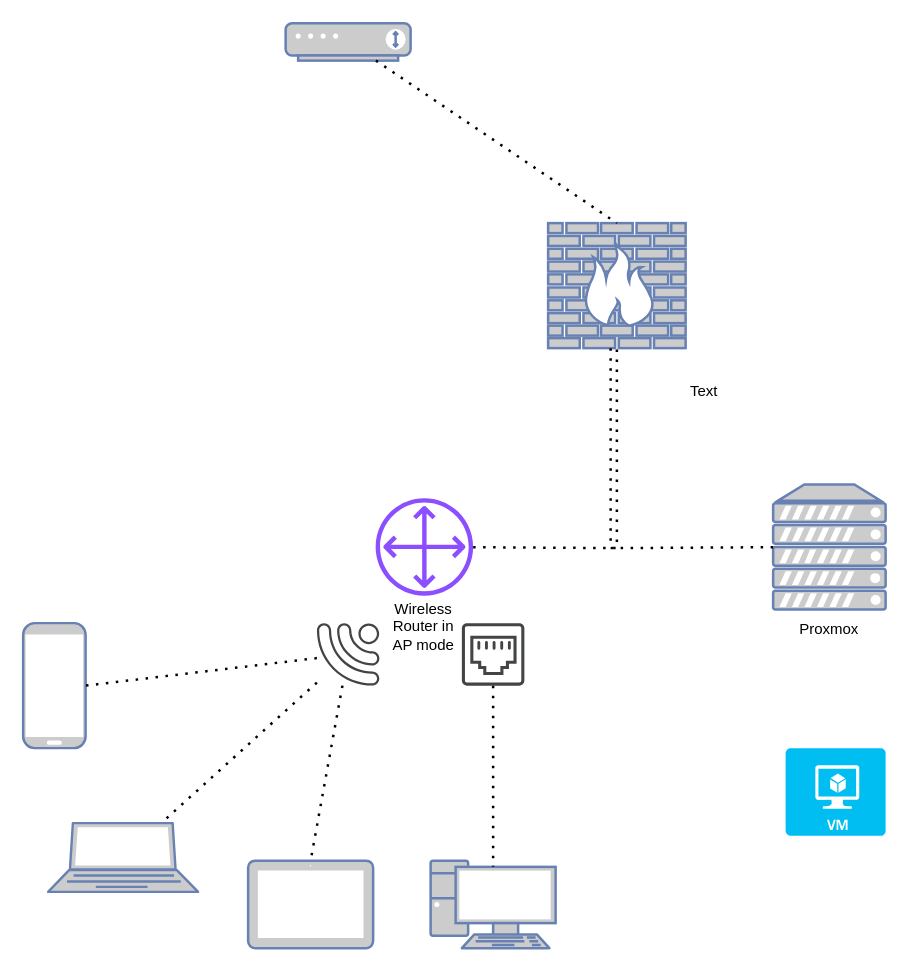
sudo-echo-jin/diagram keeps this draw.io diagram as asdf.drawio. Above is the earlier version. Source tidied: cells renumbered, new cells numbered last; positions are measured from the earlier drawing's top-left corner, leaving out a move shared by most shapes. Both pictures are drawn from the tidied source at 125%, with x=0, y=0 at pixel (22, 22).
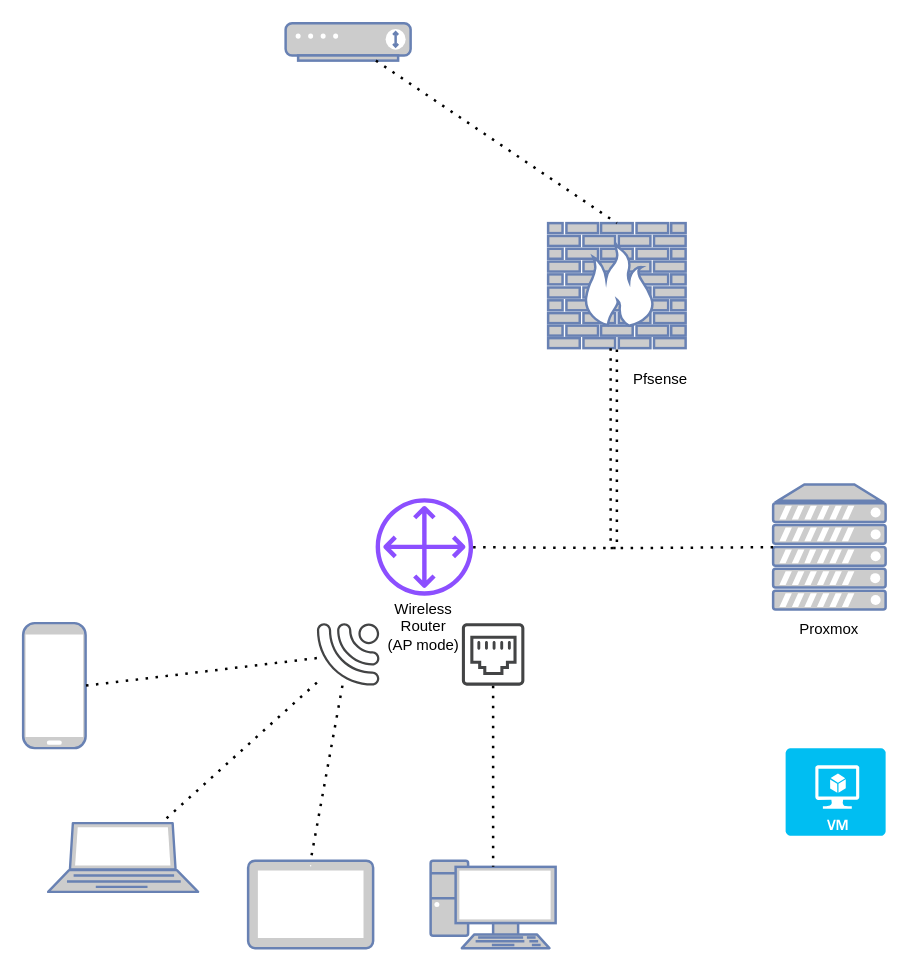
Above is the later version.

Change to the diagram source:
```diff
@@
-    <mxCell id="13" value="Wireless Router in AP mode" style="text;html=1;align=center;verticalAlign=middle;whiteSpace=wrap;rounded=0;" parent="1" vertex="1">
+    <mxCell id="13" value="Wireless Router (AP mode)" style="text;html=1;align=center;verticalAlign=middle;whiteSpace=wrap;rounded=0;" parent="1" vertex="1">
       <mxGeometry x="290" y="465" width="61" height="35" as="geometry" />
     </mxCell>
@@
-    <mxCell id="22" value="Text" style="text;html=1;align=center;verticalAlign=middle;whiteSpace=wrap;rounded=0;" parent="1" vertex="1">
-      <mxGeometry x="515" y="280" width="60" height="30" as="geometry" />
+    <mxCell id="22" value="Pfsense" style="text;html=1;align=center;verticalAlign=middle;whiteSpace=wrap;rounded=0;" parent="1" vertex="1">
+      <mxGeometry x="480" y="270" width="60" height="30" as="geometry" />
     </mxCell>
```
